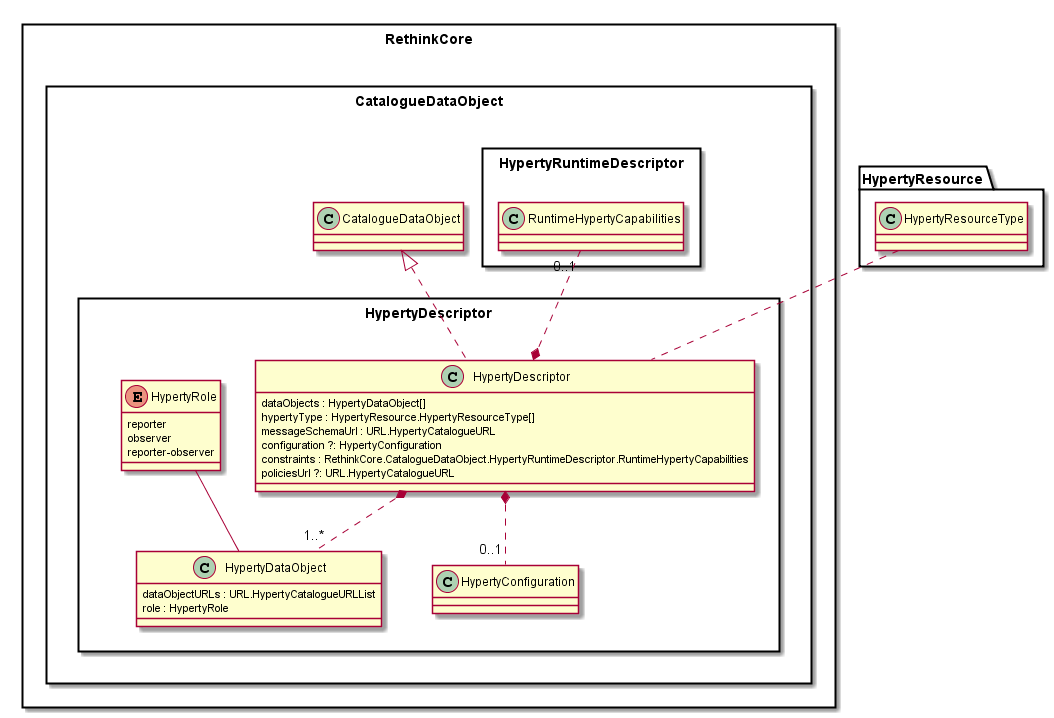
This is datamodel/core/hyperty-catalogue/Hyperty-Descriptor-Data-Object-Model.png from reTHINK-project/specs, a PlantUML export, as it was before one commit.
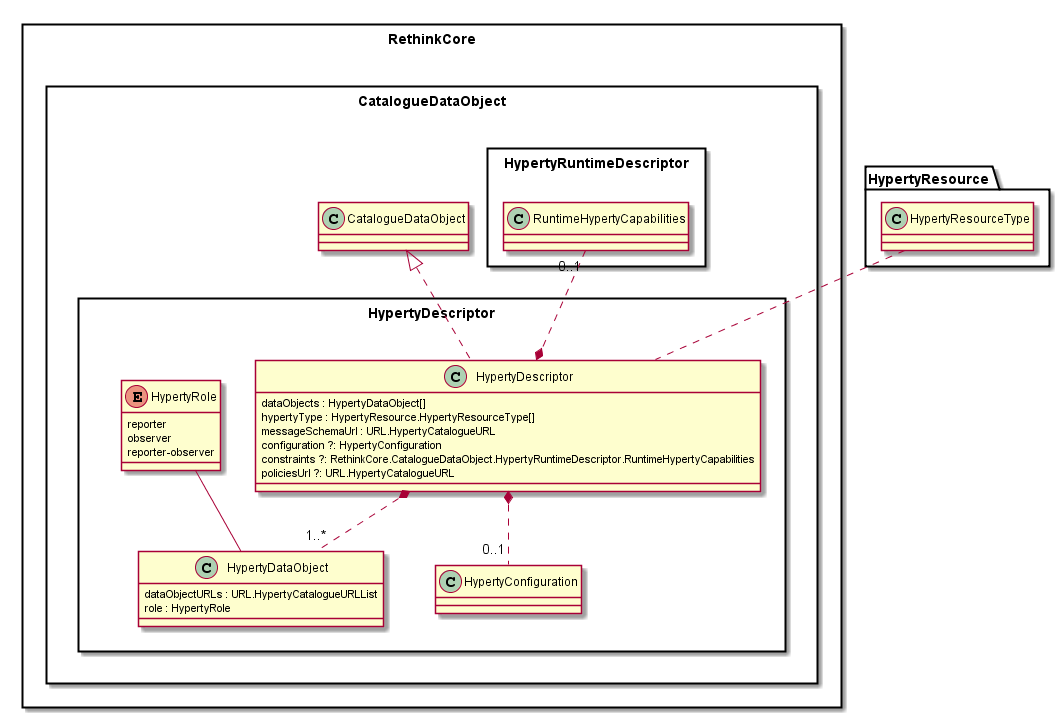
After the commit.

Change to the diagram source:
```diff
@@ -14,7 +14,7 @@
 				hypertyType : HypertyResource.HypertyResourceType[]
 				messageSchemaUrl : URL.HypertyCatalogueURL
 				configuration ?: HypertyConfiguration
-				constraints : RethinkCore.CatalogueDataObject.HypertyRuntimeDescriptor.RuntimeHypertyCapabilities
+				constraints ?: RethinkCore.CatalogueDataObject.HypertyRuntimeDescriptor.RuntimeHypertyCapabilities
 				policiesUrl ?: URL.HypertyCatalogueURL
 			}
 
```
